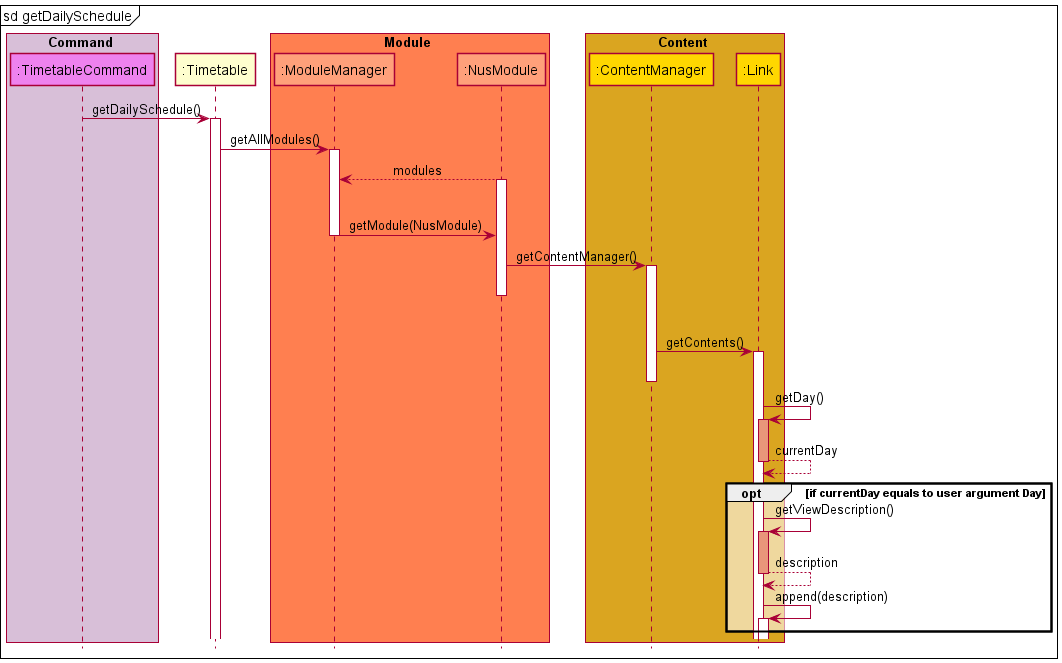
Above: docs/attachments/TimetableGetDailySchedule.png in nus-cs2113-AY2122S1/tp (PlantUML), before the change. The source it was exported from:
```plantuml
@startuml

!include SequenceStyle.puml

mainframe sd getDailySchedule

box Command COMMAND_BOX_COLOR
participant ":TimetableCommand" as TimetableCommand COMMAND_COLOR
endbox

participant ":Timetable" as Timetable

box Module MODULE_BOX_COLOR
participant ":ModuleManager" as ModuleManager MODULE_COLOR
participant ":NusModule" as NusModule MODULE_COLOR
endbox

box Content CONTENT_BOX_COLOR
participant ":ContentManager" as ContentManager CONTENT_COLOR
participant ":Link" as Link CONTENT_COLOR
endbox

TimetableCommand -> Timetable: getDailySchedule()
Activate Timetable

Timetable -> ModuleManager: getAllModules()
Activate ModuleManager
NusModule --> ModuleManager: modules
Activate NusModule

loop For each NusModule in modules
    ModuleManager -> NusModule: getModule(NusModule)

    Deactivate ModuleManager

    NusModule -> ContentManager : getContentManager()

    Activate ContentManager
    Deactivate NusModule

        loop For each Link in ContentManager

            ContentManager -> Link: getContents()
            Activate Link
            Deactivate ContentManager

            Link->Link: getDay()
            Activate Link #DarkSalmon
            Link --> Link: currentDay

            opt if currentDay equals to user argument Day
            Deactivate Link

            Link -> Link: getViewDescription()
            Activate Link #DarkSalmon

            Link --> Link: description
            Deactivate Link
            Link -> Link: append(description)
            Activate Link

        end


@enduml
```
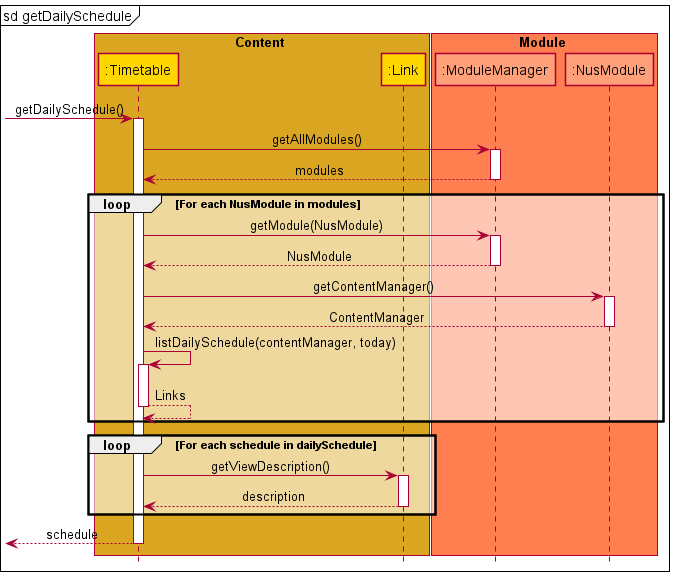
Above is the later version.

The edit, as a diff of the source:
```diff
@@ -4,62 +4,37 @@
 
 mainframe sd getDailySchedule
 
-box Command COMMAND_BOX_COLOR
-participant ":TimetableCommand" as TimetableCommand COMMAND_COLOR
+box Content CONTENT_BOX_COLOR
+participant ":Timetable" as Timetable CONTENT_COLOR
+participant ":Link" as Link CONTENT_COLOR
 endbox
-
-participant ":Timetable" as Timetable
 
 box Module MODULE_BOX_COLOR
 participant ":ModuleManager" as ModuleManager MODULE_COLOR
 participant ":NusModule" as NusModule MODULE_COLOR
 endbox
 
-box Content CONTENT_BOX_COLOR
-participant ":ContentManager" as ContentManager CONTENT_COLOR
-participant ":Link" as Link CONTENT_COLOR
-endbox
-
-TimetableCommand -> Timetable: getDailySchedule()
-Activate Timetable
+autoactivate on
+ -> Timetable: getDailySchedule()
 
 Timetable -> ModuleManager: getAllModules()
-Activate ModuleManager
-NusModule --> ModuleManager: modules
-Activate NusModule
+return modules
 
 loop For each NusModule in modules
-    ModuleManager -> NusModule: getModule(NusModule)
+    Timetable -> ModuleManager: getModule(NusModule)
+    return NusModule
+    Timetable -> NusModule : getContentManager()
+    return ContentManager
+    Timetable -> Timetable: listDailySchedule(contentManager, today)
+    return Links
+end
+loop For each schedule in dailySchedule
+  Timetable -> Link: getViewDescription()
+  return description
+end
 
-    Deactivate ModuleManager
+return schedule
 
-    NusModule -> ContentManager : getContentManager()
-
-    Activate ContentManager
-    Deactivate NusModule
-
-        loop For each Link in ContentManager
-
-            ContentManager -> Link: getContents()
-            Activate Link
-            Deactivate ContentManager
-
-            Link->Link: getDay()
-            Activate Link #DarkSalmon
-            Link --> Link: currentDay
-
-            opt if currentDay equals to user argument Day
-            Deactivate Link
-
-            Link -> Link: getViewDescription()
-            Activate Link #DarkSalmon
-
-            Link --> Link: description
-            Deactivate Link
-            Link -> Link: append(description)
-            Activate Link
-
-        end
 
 
 @enduml
```
